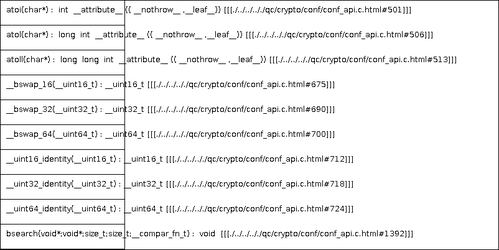
Earlier version of the PlantUML export docs/qc/crypto/conf/conf_api.c.png (qualitesys/openssl). Its source is kept beside it as docs/qc/crypto/conf/conf_api.c.puml.
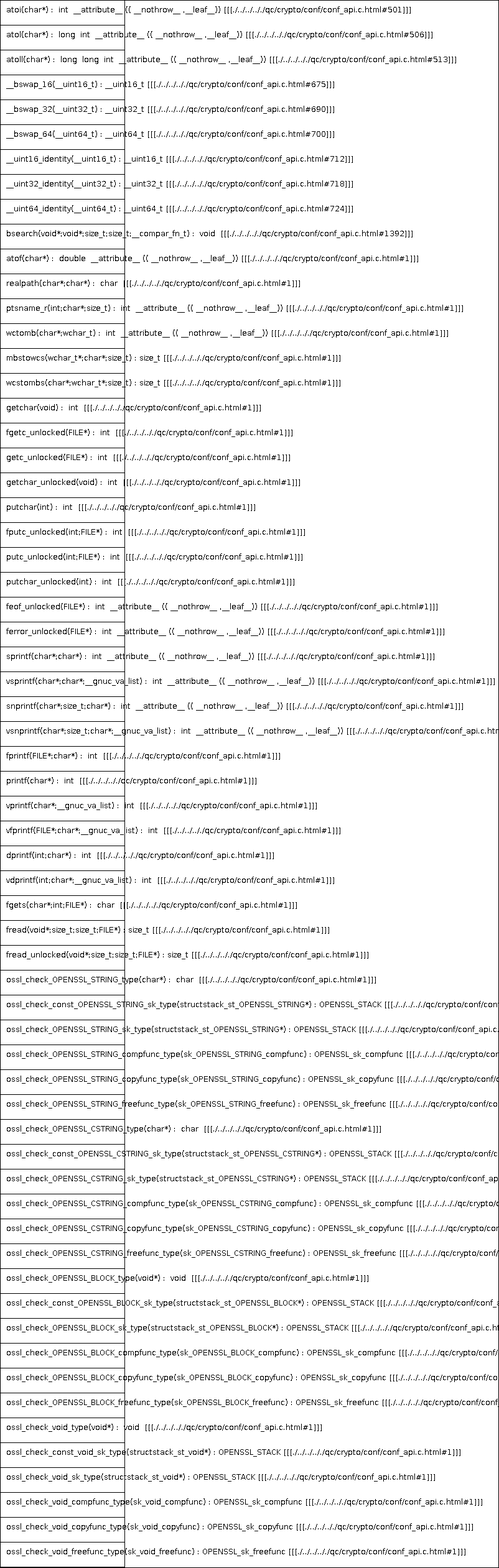
After the commit.

What changed in the source:
```diff
@@ -11,5 +11,58 @@
 __uint32_identity(__uint32_t) : __uint32_t [[[./../../.././qc/crypto/conf/conf_api.c.html#718]]]
 __uint64_identity(__uint64_t) : __uint64_t [[[./../../.././qc/crypto/conf/conf_api.c.html#724]]]
 bsearch(void*;void*;size_t;size_t;__compar_fn_t) :  void  [[[./../../.././qc/crypto/conf/conf_api.c.html#1392]]]
+atof(char*) :  double  __attribute__ (( __nothrow__ ,__leaf__)) [[[./../../.././qc/crypto/conf/conf_api.c.html#1]]]
+realpath(char*;char*) :  char  [[[./../../.././qc/crypto/conf/conf_api.c.html#1]]]
+ptsname_r(int;char*;size_t) :  int  __attribute__ (( __nothrow__ ,__leaf__)) [[[./../../.././qc/crypto/conf/conf_api.c.html#1]]]
+wctomb(char*;wchar_t) :  int  __attribute__ (( __nothrow__ ,__leaf__)) [[[./../../.././qc/crypto/conf/conf_api.c.html#1]]]
+mbstowcs(wchar_t*;char*;size_t) : size_t [[[./../../.././qc/crypto/conf/conf_api.c.html#1]]]
+wcstombs(char*;wchar_t*;size_t) : size_t [[[./../../.././qc/crypto/conf/conf_api.c.html#1]]]
+getchar(void) :  int  [[[./../../.././qc/crypto/conf/conf_api.c.html#1]]]
+fgetc_unlocked(FILE*) :  int  [[[./../../.././qc/crypto/conf/conf_api.c.html#1]]]
+getc_unlocked(FILE*) :  int  [[[./../../.././qc/crypto/conf/conf_api.c.html#1]]]
+getchar_unlocked(void) :  int  [[[./../../.././qc/crypto/conf/conf_api.c.html#1]]]
+putchar(int) :  int  [[[./../../.././qc/crypto/conf/conf_api.c.html#1]]]
+fputc_unlocked(int;FILE*) :  int  [[[./../../.././qc/crypto/conf/conf_api.c.html#1]]]
+putc_unlocked(int;FILE*) :  int  [[[./../../.././qc/crypto/conf/conf_api.c.html#1]]]
+putchar_unlocked(int) :  int  [[[./../../.././qc/crypto/conf/conf_api.c.html#1]]]
+feof_unlocked(FILE*) :  int  __attribute__ (( __nothrow__ ,__leaf__)) [[[./../../.././qc/crypto/conf/conf_api.c.html#1]]]
+ferror_unlocked(FILE*) :  int  __attribute__ (( __nothrow__ ,__leaf__)) [[[./../../.././qc/crypto/conf/conf_api.c.html#1]]]
+sprintf(char*;char*) :  int  __attribute__ (( __nothrow__ ,__leaf__)) [[[./../../.././qc/crypto/conf/conf_api.c.html#1]]]
+vsprintf(char*;char*;__gnuc_va_list) :  int  __attribute__ (( __nothrow__ ,__leaf__)) [[[./../../.././qc/crypto/conf/conf_api.c.html#1]]]
+snprintf(char*;size_t;char*) :  int  __attribute__ (( __nothrow__ ,__leaf__)) [[[./../../.././qc/crypto/conf/conf_api.c.html#1]]]
+vsnprintf(char*;size_t;char*;__gnuc_va_list) :  int  __attribute__ (( __nothrow__ ,__leaf__)) [[[./../../.././qc/crypto/conf/conf_api.c.html#1]]]
+fprintf(FILE*;char*) :  int  [[[./../../.././qc/crypto/conf/conf_api.c.html#1]]]
+printf(char*) :  int  [[[./../../.././qc/crypto/conf/conf_api.c.html#1]]]
+vprintf(char*;__gnuc_va_list) :  int  [[[./../../.././qc/crypto/conf/conf_api.c.html#1]]]
+vfprintf(FILE*;char*;__gnuc_va_list) :  int  [[[./../../.././qc/crypto/conf/conf_api.c.html#1]]]
+dprintf(int;char*) :  int  [[[./../../.././qc/crypto/conf/conf_api.c.html#1]]]
+vdprintf(int;char*;__gnuc_va_list) :  int  [[[./../../.././qc/crypto/conf/conf_api.c.html#1]]]
+fgets(char*;int;FILE*) :  char  [[[./../../.././qc/crypto/conf/conf_api.c.html#1]]]
+fread(void*;size_t;size_t;FILE*) : size_t [[[./../../.././qc/crypto/conf/conf_api.c.html#1]]]
+fread_unlocked(void*;size_t;size_t;FILE*) : size_t [[[./../../.././qc/crypto/conf/conf_api.c.html#1]]]
+ossl_check_OPENSSL_STRING_type(char*) :  char  [[[./../../.././qc/crypto/conf/conf_api.c.html#1]]]
+ossl_check_const_OPENSSL_STRING_sk_type(structstack_st_OPENSSL_STRING*) : OPENSSL_STACK [[[./../../.././qc/crypto/conf/conf_api.c.html#1]]]
+ossl_check_OPENSSL_STRING_sk_type(structstack_st_OPENSSL_STRING*) : OPENSSL_STACK [[[./../../.././qc/crypto/conf/conf_api.c.html#1]]]
+ossl_check_OPENSSL_STRING_compfunc_type(sk_OPENSSL_STRING_compfunc) : OPENSSL_sk_compfunc [[[./../../.././qc/crypto/conf/conf_api.c.html#1]]]
+ossl_check_OPENSSL_STRING_copyfunc_type(sk_OPENSSL_STRING_copyfunc) : OPENSSL_sk_copyfunc [[[./../../.././qc/crypto/conf/conf_api.c.html#1]]]
+ossl_check_OPENSSL_STRING_freefunc_type(sk_OPENSSL_STRING_freefunc) : OPENSSL_sk_freefunc [[[./../../.././qc/crypto/conf/conf_api.c.html#1]]]
+ossl_check_OPENSSL_CSTRING_type(char*) :  char  [[[./../../.././qc/crypto/conf/conf_api.c.html#1]]]
+ossl_check_const_OPENSSL_CSTRING_sk_type(structstack_st_OPENSSL_CSTRING*) : OPENSSL_STACK [[[./../../.././qc/crypto/conf/conf_api.c.html#1]]]
+ossl_check_OPENSSL_CSTRING_sk_type(structstack_st_OPENSSL_CSTRING*) : OPENSSL_STACK [[[./../../.././qc/crypto/conf/conf_api.c.html#1]]]
+ossl_check_OPENSSL_CSTRING_compfunc_type(sk_OPENSSL_CSTRING_compfunc) : OPENSSL_sk_compfunc [[[./../../.././qc/crypto/conf/conf_api.c.html#1]]]
+ossl_check_OPENSSL_CSTRING_copyfunc_type(sk_OPENSSL_CSTRING_copyfunc) : OPENSSL_sk_copyfunc [[[./../../.././qc/crypto/conf/conf_api.c.html#1]]]
+ossl_check_OPENSSL_CSTRING_freefunc_type(sk_OPENSSL_CSTRING_freefunc) : OPENSSL_sk_freefunc [[[./../../.././qc/crypto/conf/conf_api.c.html#1]]]
+ossl_check_OPENSSL_BLOCK_type(void*) :  void  [[[./../../.././qc/crypto/conf/conf_api.c.html#1]]]
+ossl_check_const_OPENSSL_BLOCK_sk_type(structstack_st_OPENSSL_BLOCK*) : OPENSSL_STACK [[[./../../.././qc/crypto/conf/conf_api.c.html#1]]]
+ossl_check_OPENSSL_BLOCK_sk_type(structstack_st_OPENSSL_BLOCK*) : OPENSSL_STACK [[[./../../.././qc/crypto/conf/conf_api.c.html#1]]]
+ossl_check_OPENSSL_BLOCK_compfunc_type(sk_OPENSSL_BLOCK_compfunc) : OPENSSL_sk_compfunc [[[./../../.././qc/crypto/conf/conf_api.c.html#1]]]
+ossl_check_OPENSSL_BLOCK_copyfunc_type(sk_OPENSSL_BLOCK_copyfunc) : OPENSSL_sk_copyfunc [[[./../../.././qc/crypto/conf/conf_api.c.html#1]]]
+ossl_check_OPENSSL_BLOCK_freefunc_type(sk_OPENSSL_BLOCK_freefunc) : OPENSSL_sk_freefunc [[[./../../.././qc/crypto/conf/conf_api.c.html#1]]]
+ossl_check_void_type(void*) :  void  [[[./../../.././qc/crypto/conf/conf_api.c.html#1]]]
+ossl_check_const_void_sk_type(structstack_st_void*) : OPENSSL_STACK [[[./../../.././qc/crypto/conf/conf_api.c.html#1]]]
+ossl_check_void_sk_type(structstack_st_void*) : OPENSSL_STACK [[[./../../.././qc/crypto/conf/conf_api.c.html#1]]]
+ossl_check_void_compfunc_type(sk_void_compfunc) : OPENSSL_sk_compfunc [[[./../../.././qc/crypto/conf/conf_api.c.html#1]]]
+ossl_check_void_copyfunc_type(sk_void_copyfunc) : OPENSSL_sk_copyfunc [[[./../../.././qc/crypto/conf/conf_api.c.html#1]]]
+ossl_check_void_freefunc_type(sk_void_freefunc) : OPENSSL_sk_freefunc [[[./../../.././qc/crypto/conf/conf_api.c.html#1]]]
 }
 @enduml
```
